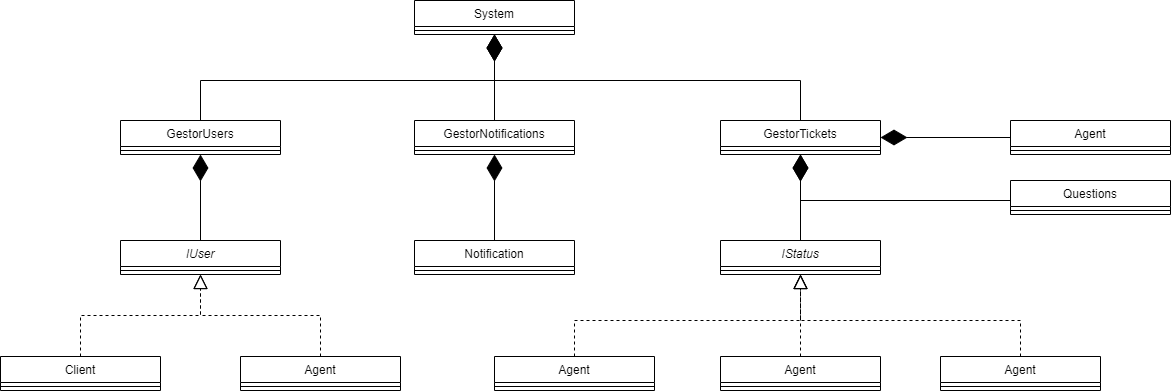
This is Kata/Kata One - The Ticket/v3.0/clases.png from Souto751/ayed3, a draw.io export, as it was before one commit. Source tidied: cells renumbered, new cells last; positions are measured from the earlier drawing's top-left corner, leaving out a move shared by most shapes.
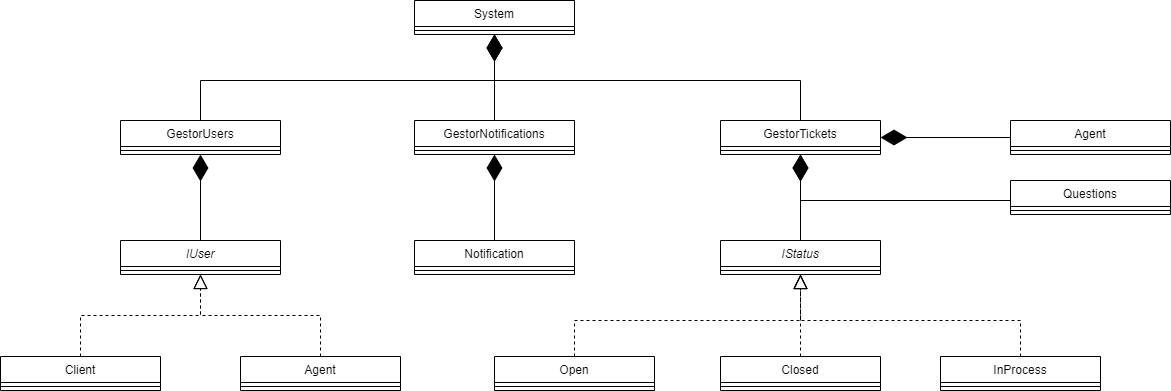
Above is the later version.

Diff of the diagram source:
```diff
@@ -1,4 +1,4 @@
-<mxGraphModel>
+<mxGraphModel background="#ffffff">
   <root>
     <mxCell id="0" />
     <mxCell id="1" parent="0" />
@@ -90,19 +90,19 @@
     <mxCell id="27" style="endArrow=diamondThin;endFill=1;endSize=24;html=1;rounded=0;" parent="1" edge="1" source="25" target="6">
       <mxGeometry relative="1" as="geometry" />
     </mxCell>
-    <mxCell id="28" value="Agent" style="swimlane;fontStyle=0;align=center;verticalAlign=top;horizontal=1;startSize=26;" parent="1" vertex="1">
+    <mxCell id="28" value="Open" style="swimlane;fontStyle=0;align=center;verticalAlign=top;horizontal=1;startSize=26;" parent="1" vertex="1">
       <mxGeometry x="494" y="356" width="160" height="34" as="geometry" />
     </mxCell>
     <mxCell id="29" style="line;strokeWidth=1;fillColor=none;align=left;verticalAlign=middle;spacingTop=-1;spacingLeft=3;spacingRight=3;labelPosition=right;" parent="28" vertex="1">
       <mxGeometry y="26" width="160" height="8" as="geometry" />
     </mxCell>
-    <mxCell id="30" value="Agent" style="swimlane;fontStyle=0;align=center;verticalAlign=top;horizontal=1;startSize=26;" parent="1" vertex="1">
+    <mxCell id="30" value="Closed" style="swimlane;fontStyle=0;align=center;verticalAlign=top;horizontal=1;startSize=26;" parent="1" vertex="1">
       <mxGeometry x="720" y="356" width="160" height="34" as="geometry" />
     </mxCell>
     <mxCell id="31" style="line;strokeWidth=1;fillColor=none;align=left;verticalAlign=middle;spacingTop=-1;spacingLeft=3;spacingRight=3;labelPosition=right;" parent="30" vertex="1">
       <mxGeometry y="26" width="160" height="8" as="geometry" />
     </mxCell>
-    <mxCell id="32" value="Agent" style="swimlane;fontStyle=0;align=center;verticalAlign=top;horizontal=1;startSize=26;" parent="1" vertex="1">
+    <mxCell id="32" value="InProcess" style="swimlane;fontStyle=0;align=center;verticalAlign=top;horizontal=1;startSize=26;" parent="1" vertex="1">
       <mxGeometry x="940" y="356" width="160" height="34" as="geometry" />
     </mxCell>
     <mxCell id="33" style="line;strokeWidth=1;fillColor=none;align=left;verticalAlign=middle;spacingTop=-1;spacingLeft=3;spacingRight=3;labelPosition=right;" parent="32" vertex="1">
```
